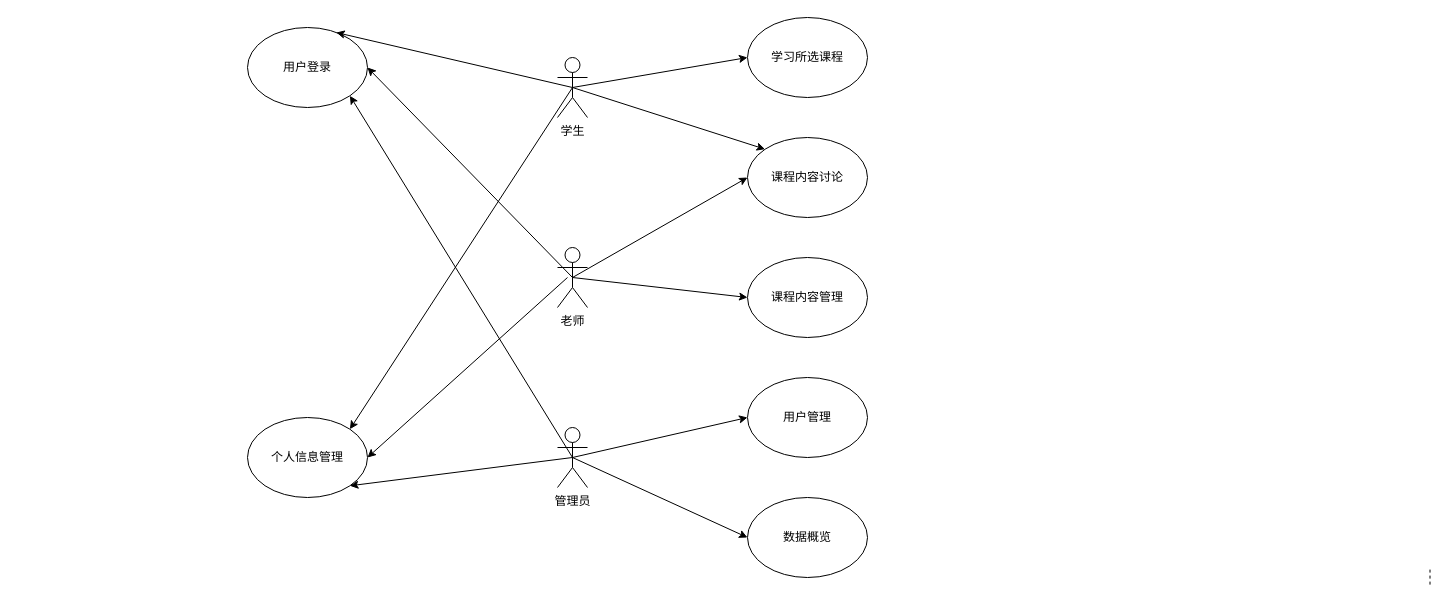
The draw.io diagram 未命名绘图.drawio in YuChenLiao/UML, before the edit. Source tidied: cells renumbered, new cells numbered last; positions are measured from the earlier drawing's top-left corner, leaving out a move shared by most shapes. Both pictures are drawn from the tidied source at 100%, with x=0, y=0 at pixel (247, 17).
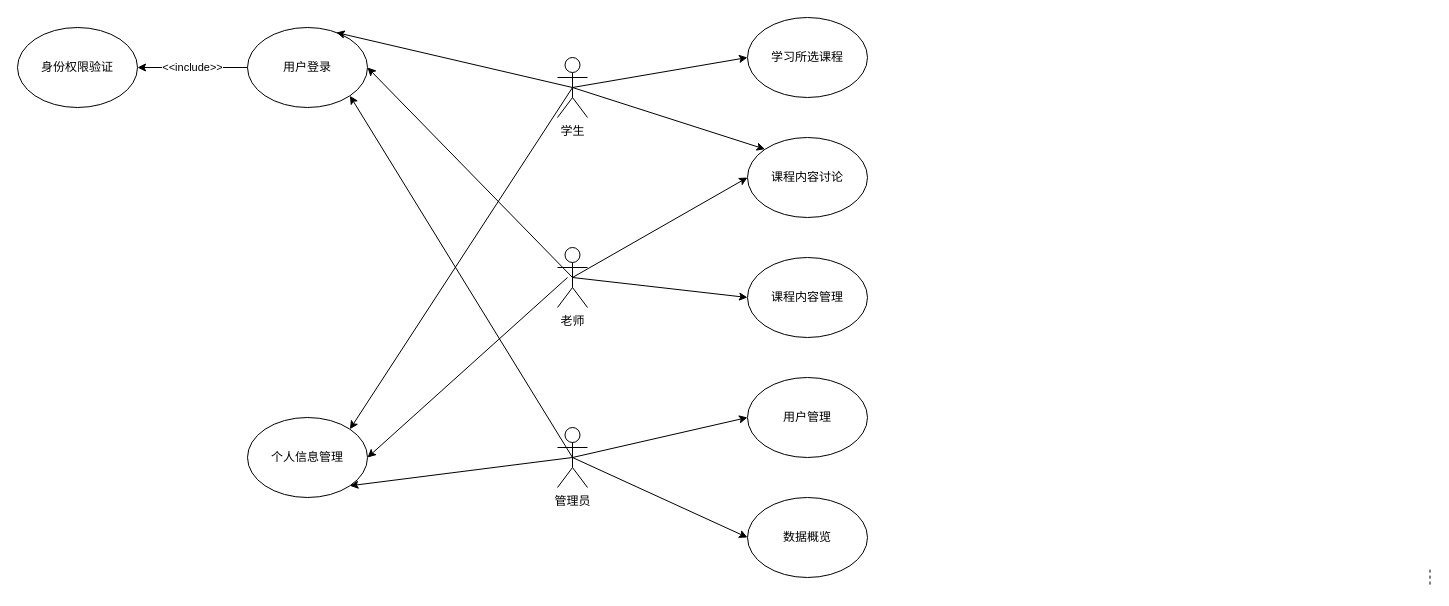
Above is the later version.

Commit message (it also covers changes not shown here):
更新未命名绘图.drawio

Unchanged cells that the change refers to:
```xml
<mxCell id="6" value="用户登录" style="ellipse;whiteSpace=wrap;html=1;" parent="1" vertex="1">
  <mxGeometry y="10" width="120" height="80" as="geometry" />
</mxCell>
```

What changed in the source:
```diff
@@
+    <mxCell id="25" value="身份权限验证" style="ellipse;whiteSpace=wrap;html=1;" parent="1" vertex="1">
+      <mxGeometry x="-230" y="10" width="120" height="80" as="geometry" />
+    </mxCell>
+    <mxCell id="26" value="&amp;lt;&amp;lt;include&amp;gt;&amp;gt;" style="endArrow=classic;html=1;rounded=0;exitX=0;exitY=0.5;exitDx=0;exitDy=0;entryX=1;entryY=0.5;entryDx=0;entryDy=0;" parent="1" edge="1" source="6" target="25">
+      <mxGeometry relative="1" as="geometry" />
+    </mxCell>
```
